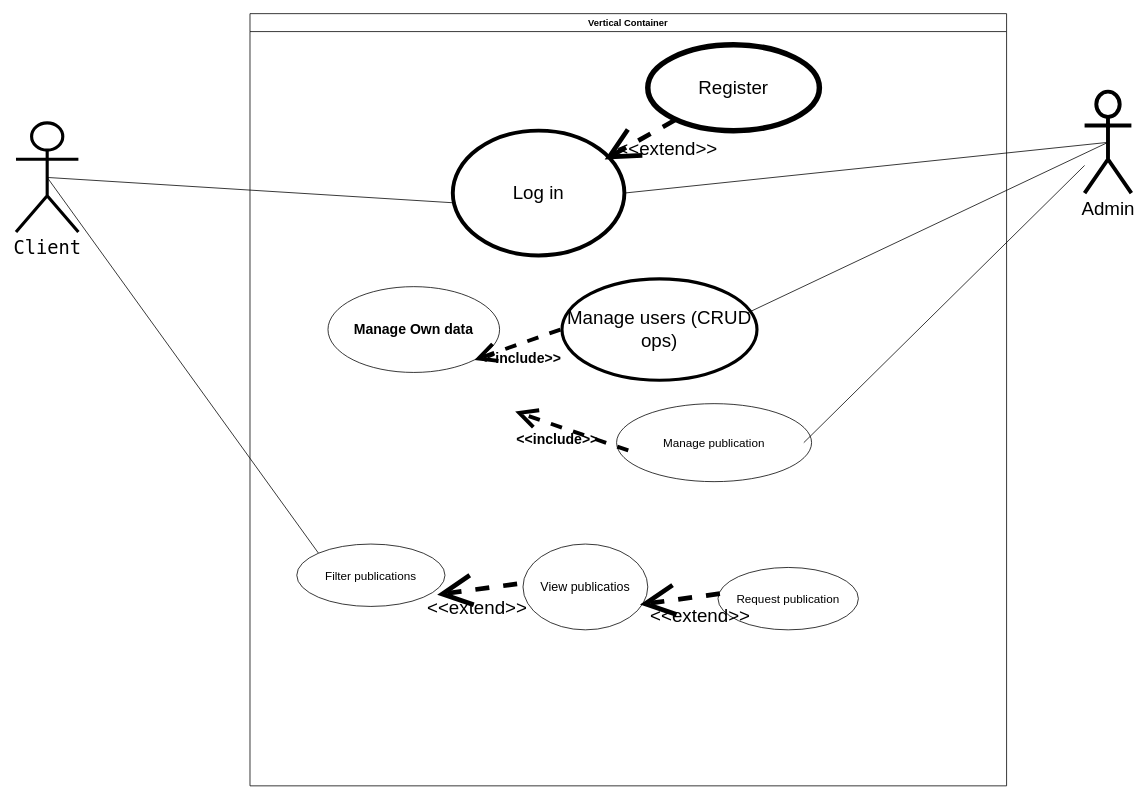
Earlier version of the draw.io diagram miroksjavabook.drawio (Mirokszaza/miroksjavabookproject). Source tidied: cells renumbered, new cells numbered last; positions are measured from the earlier drawing's top-left corner, leaving out a move shared by most shapes. Both pictures are drawn from the tidied source at 78%, with x=0, y=0 at pixel (16, 13).
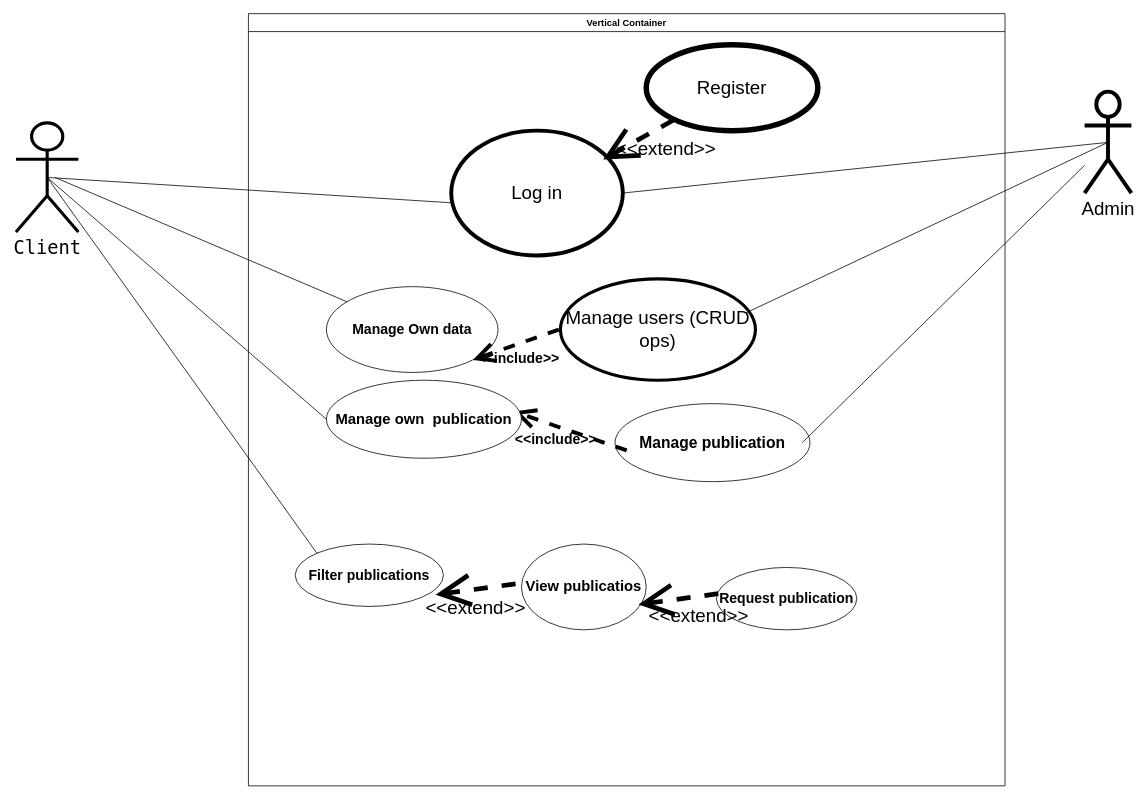
The same page after the edit.

The change refers to these unchanged cells:
```xml
<mxCell id="2" value="&lt;font face=&quot;Lucida Console&quot; style=&quot;font-size: 24px;&quot;&gt;Client&lt;/font&gt;" style="shape=umlActor;verticalLabelPosition=bottom;verticalAlign=top;html=1;outlineConnect=0;strokeWidth=4;" parent="1" vertex="1">
  <mxGeometry y="140" width="80" height="140" as="geometry" />
</mxCell>
<mxCell id="8" value="&lt;font style=&quot;font-size: 18px;&quot;&gt;&lt;b&gt;Manage Own data&lt;/b&gt;&lt;/font&gt;" style="ellipse;whiteSpace=wrap;html=1;" parent="3" vertex="1">
  <mxGeometry x="100" y="350" width="220" height="110" as="geometry" />
</mxCell>
```

The edit, as a diff of the source:
```diff
@@
     <mxCell id="3" value="Vertical Container" style="swimlane;whiteSpace=wrap;html=1;" parent="1" vertex="1">
-      <mxGeometry x="300" width="970" height="990" as="geometry" />
+      <mxGeometry x="298" width="970" height="990" as="geometry" />
     </mxCell>
@@
-    <mxCell id="10" value="&lt;font style=&quot;font-size: 15px;&quot;&gt;Filter publications&lt;/font&gt;" style="ellipse;whiteSpace=wrap;html=1;" parent="3" vertex="1">
+    <mxCell id="10" value="&lt;font style=&quot;font-size: 18px;&quot;&gt;&lt;b&gt;Filter publications&lt;/b&gt;&lt;/font&gt;" style="ellipse;whiteSpace=wrap;html=1;" parent="3" vertex="1">
       <mxGeometry x="60" y="680" width="190" height="80" as="geometry" />
     </mxCell>
-    <mxCell id="11" value="&lt;font style=&quot;font-size: 16px;&quot;&gt;View publicatios&lt;/font&gt;" style="ellipse;whiteSpace=wrap;html=1;" parent="3" vertex="1">
+    <mxCell id="11" value="&lt;font style=&quot;font-size: 19px;&quot;&gt;&lt;b style=&quot;&quot;&gt;View publicatios&lt;/b&gt;&lt;/font&gt;" style="ellipse;whiteSpace=wrap;html=1;" parent="3" vertex="1">
       <mxGeometry x="350" y="680" width="160" height="110" as="geometry" />
     </mxCell>
-    <mxCell id="12" value="&lt;font style=&quot;font-size: 15px;&quot;&gt;Request publication&lt;/font&gt;" style="ellipse;whiteSpace=wrap;html=1;" parent="3" vertex="1">
+    <mxCell id="12" value="&lt;font style=&quot;font-size: 18px;&quot;&gt;&lt;b style=&quot;&quot;&gt;Request publication&lt;/b&gt;&lt;/font&gt;" style="ellipse;whiteSpace=wrap;html=1;" parent="3" vertex="1">
       <mxGeometry x="600" y="710" width="180" height="80" as="geometry" />
     </mxCell>
@@
-    <mxCell id="15" value="&lt;font style=&quot;font-size: 15px;&quot;&gt;Manage publication&lt;/font&gt;" style="ellipse;whiteSpace=wrap;html=1;" parent="3" vertex="1">
+    <mxCell id="15" value="&lt;font style=&quot;font-size: 20px;&quot;&gt;&lt;b&gt;Manage publication&lt;/b&gt;&lt;/font&gt;" style="ellipse;whiteSpace=wrap;html=1;" parent="3" vertex="1">
       <mxGeometry x="470" y="500" width="250" height="100" as="geometry" />
     </mxCell>
@@
+    <mxCell id="23" value="&lt;font style=&quot;font-size: 19px;&quot;&gt;&lt;b&gt;Manage own&amp;nbsp; publication&lt;/b&gt;&lt;/font&gt;" style="ellipse;whiteSpace=wrap;html=1;" parent="3" vertex="1">
+      <mxGeometry x="100" y="470" width="250" height="100" as="geometry" />
+    </mxCell>
@@
+    <mxCell id="24" style="endArrow=none;html=1;rounded=0;entryX=0;entryY=0.5;entryDx=0;entryDy=0;exitX=0.5;exitY=0.5;exitDx=0;exitDy=0;exitPerimeter=0;" parent="1" edge="1" source="2" target="23">
+      <mxGeometry relative="1" as="geometry" />
+    </mxCell>
+    <mxCell id="25" style="endArrow=none;html=1;rounded=0;" parent="1" edge="1" target="8">
+      <mxGeometry relative="1" as="geometry">
+        <mxPoint x="50" y="210" as="sourcePoint" />
+      </mxGeometry>
+    </mxCell>
```
